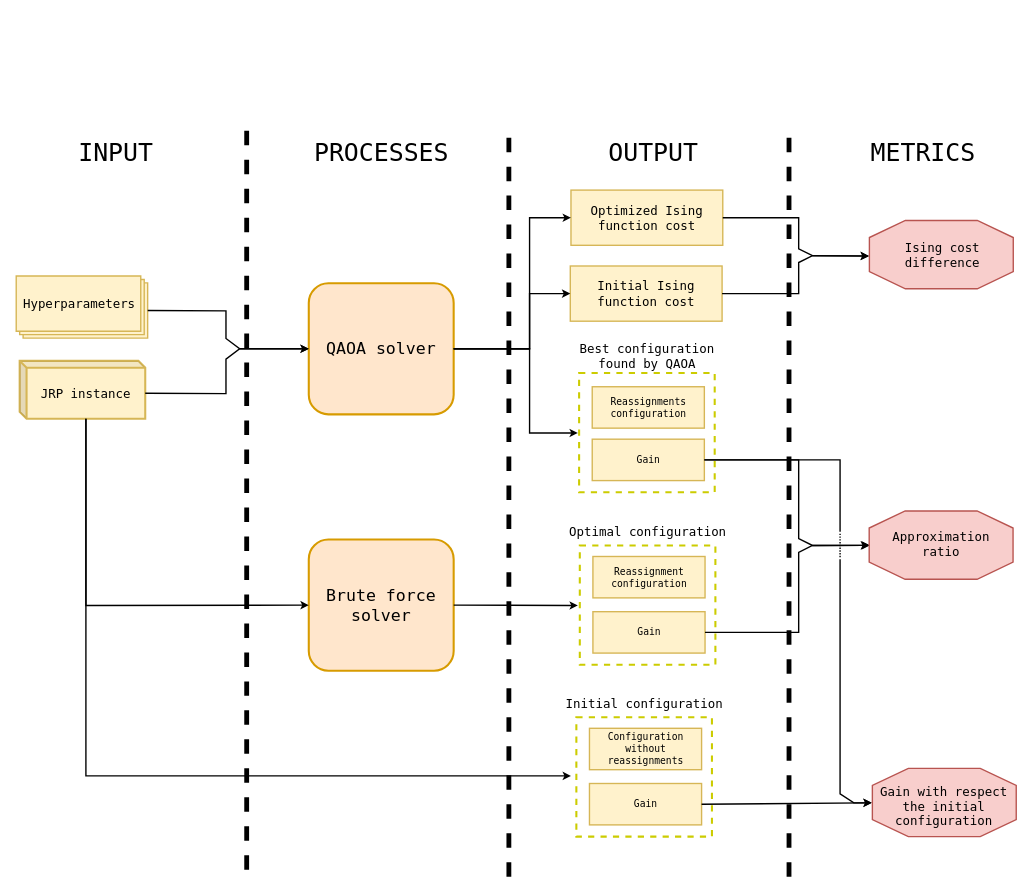
This is page "workflowprincipal_english" (6 of 12) of experiment_testQAOASolver/design/experiment_design.drawio from AdrianoLusso/QuantumComputing_for_JobReassignmentProblem, a draw.io file, before an edit. Source tidied: cells renumbered, new cells numbered last; positions are measured from the earlier drawing's top-left corner, leaving out a move shared by most shapes. Both pictures are drawn from the tidied source at 69%, with x=0, y=0 at pixel (12, 124). Pictures stored in the file or linked from it are replaced by grey dashed boxes.
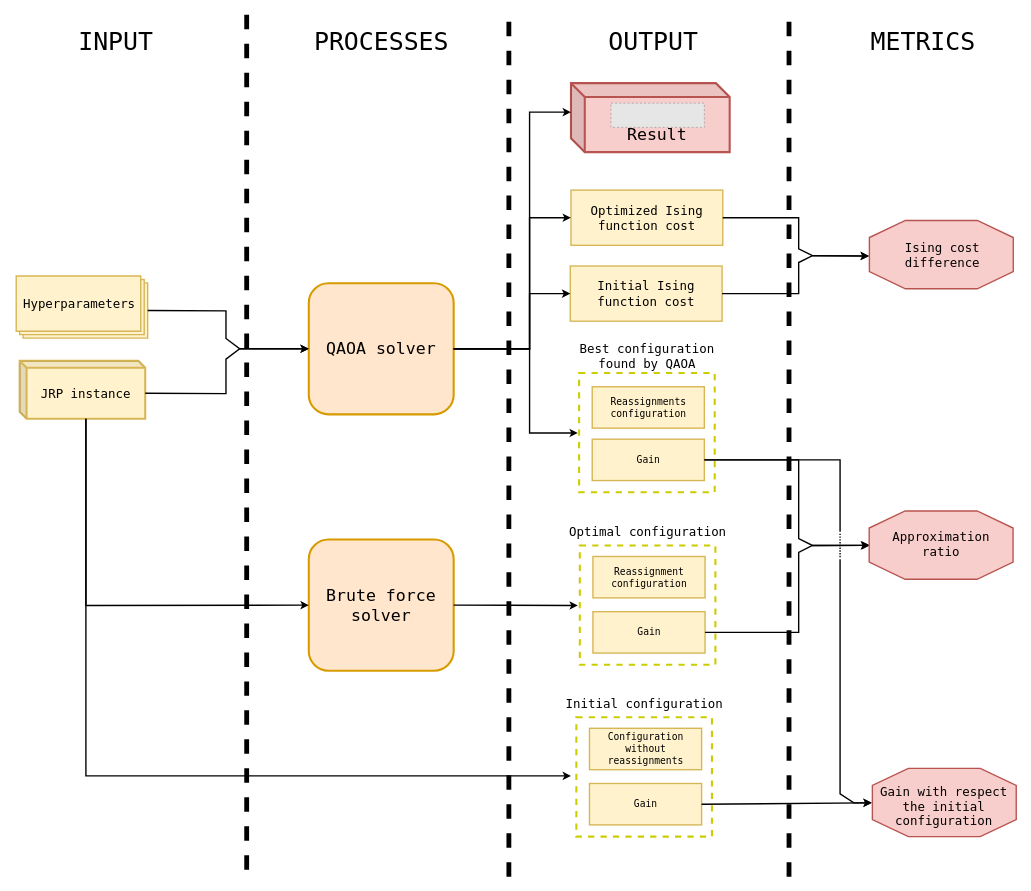
Above is the later version.

Unchanged cells that the change refers to:
```xml
<mxCell id="7" value="&lt;font style=&quot;font-size: 24px;&quot; face=&quot;Lucida Console&quot;&gt;QAOA solver&lt;/font&gt;" style="rounded=1;whiteSpace=wrap;html=1;fillColor=#ffe6cc;strokeColor=#d79b00;strokeWidth=3;" parent="1" vertex="1">
  <mxGeometry x="430" y="230" width="210" height="190" as="geometry" />
</mxCell>
```

Change to the diagram source:
```diff
@@
     <mxCell id="46" style="endArrow=none;html=1;strokeWidth=7;rounded=0;dashed=1;" parent="1" edge="1">
       <mxGeometry relative="1" as="geometry">
         <mxPoint x="340" y="1080" as="sourcePoint" />
-        <mxPoint x="340" as="targetPoint" />
+        <mxPoint x="340" y="-160" as="targetPoint" />
       </mxGeometry>
     </mxCell>
     <mxCell id="47" style="endArrow=none;html=1;strokeWidth=7;rounded=0;dashed=1;" parent="1" edge="1">
       <mxGeometry relative="1" as="geometry">
         <mxPoint x="720" y="1090" as="sourcePoint" />
-        <mxPoint x="720" y="10" as="targetPoint" />
+        <mxPoint x="720" y="-160" as="targetPoint" />
       </mxGeometry>
     </mxCell>
     <mxCell id="48" style="endArrow=none;html=1;strokeWidth=7;rounded=0;dashed=1;" parent="1" edge="1">
       <mxGeometry relative="1" as="geometry">
         <mxPoint x="1126" y="1090" as="sourcePoint" />
-        <mxPoint x="1126" y="10" as="targetPoint" />
+        <mxPoint x="1126" y="-160" as="targetPoint" />
       </mxGeometry>
     </mxCell>
     <mxCell id="49" value="&lt;font face=&quot;Lucida Console&quot;&gt;&lt;span style=&quot;font-size: 36px;&quot;&gt;INPUT&lt;/span&gt;&lt;/font&gt;" style="text;html=1;align=center;verticalAlign=middle;strokeColor=none;fillColor=none;" parent="1" vertex="1">
-      <mxGeometry x="85" y="10" width="130" height="60" as="geometry" />
+      <mxGeometry x="85" y="-150" width="130" height="60" as="geometry" />
     </mxCell>
     <mxCell id="50" value="&lt;font face=&quot;Lucida Console&quot;&gt;&lt;span style=&quot;font-size: 36px;&quot;&gt;PROCESSES&lt;/span&gt;&lt;/font&gt;" style="text;html=1;align=center;verticalAlign=middle;strokeColor=none;fillColor=none;" parent="1" vertex="1">
-      <mxGeometry x="425" y="10" width="220" height="60" as="geometry" />
+      <mxGeometry x="425" y="-150" width="220" height="60" as="geometry" />
     </mxCell>
     <mxCell id="51" value="&lt;font face=&quot;Lucida Console&quot;&gt;&lt;span style=&quot;font-size: 36px;&quot;&gt;OUTPUT&lt;/span&gt;&lt;/font&gt;" style="text;html=1;align=center;verticalAlign=middle;strokeColor=none;fillColor=none;" parent="1" vertex="1">
-      <mxGeometry x="854" y="10" width="150" height="60" as="geometry" />
+      <mxGeometry x="854" y="-150" width="150" height="60" as="geometry" />
     </mxCell>
     <mxCell id="52" value="&lt;font face=&quot;Lucida Console&quot;&gt;&lt;span style=&quot;font-size: 36px;&quot;&gt;METRICS&lt;/span&gt;&lt;/font&gt;" style="text;html=1;align=center;verticalAlign=middle;strokeColor=none;fillColor=none;" parent="1" vertex="1">
-      <mxGeometry x="1230" y="10" width="180" height="60" as="geometry" />
+      <mxGeometry x="1230" y="-150" width="180" height="60" as="geometry" />
     </mxCell>
@@
+    <mxCell id="54" value="&lt;div&gt;&lt;font face=&quot;Lucida Console&quot; style=&quot;font-size: 24px;&quot;&gt;&lt;br&gt;&lt;/font&gt;&lt;/div&gt;&lt;div&gt;&lt;span style=&quot;background-color: initial; font-family: &amp;quot;Lucida Console&amp;quot;; font-size: 24px;&quot;&gt;Result&lt;/span&gt;&lt;br&gt;&lt;/div&gt;" style="shape=cube;whiteSpace=wrap;html=1;boundedLbl=1;backgroundOutline=1;darkOpacity=0.05;darkOpacity2=0.1;size=20;fillColor=#f8cecc;strokeColor=#b85450;strokeWidth=3;" parent="1" vertex="1">
+      <mxGeometry x="810" y="-60" width="230" height="100" as="geometry" />
+    </mxCell>
+    <mxCell id="55" style="fillColor=#E6E6E6;strokeColor=#999999;dashed=1;verticalLabelPosition=bottom;labelBackgroundColor=default;verticalAlign=top;" parent="1" vertex="1">
+      <mxGeometry x="867.9" y="-31" width="135.4" height="35.1" as="geometry" />
+    </mxCell>
+    <mxCell id="56" style="endArrow=classic;html=1;rounded=0;exitX=1;exitY=0.5;exitDx=0;exitDy=0;entryX=0;entryY=0;entryDx=0;entryDy=42;entryPerimeter=0;strokeWidth=2;" parent="1" edge="1" source="7" target="54">
+      <mxGeometry relative="1" as="geometry">
+        <Array as="points">
+          <mxPoint x="750" y="325" />
+          <mxPoint x="750" y="-18" />
+        </Array>
+      </mxGeometry>
+    </mxCell>
```
